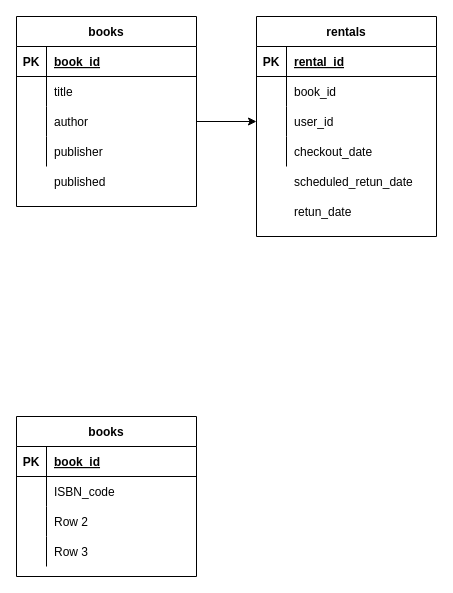
Earlier version of the draw.io diagram book.dio (naka848/books). Source tidied: cells renumbered, new cells numbered last; positions are measured from the earlier drawing's top-left corner, leaving out a move shared by most shapes. Both pictures are drawn from the tidied source at 100%, with x=0, y=0 at pixel (16, 16).
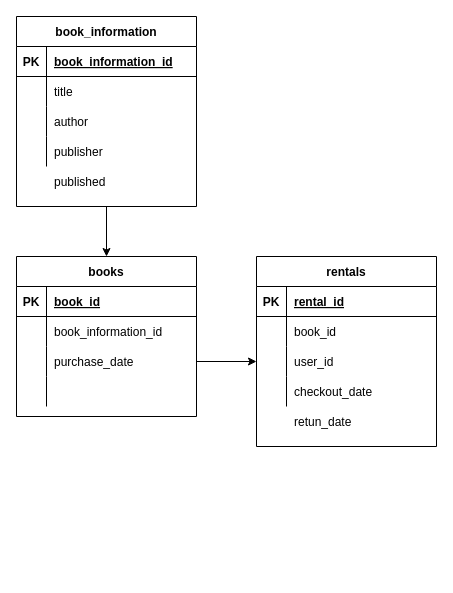
Above is the later version.

The change refers to these unchanged cells:
```xml
<mxCell id="3" style="shape=partialRectangle;fillColor=none;top=0;left=0;bottom=1;right=0;" parent="2" vertex="1">
  <mxGeometry y="30" width="180" height="30" as="geometry" />
</mxCell>
<mxCell id="9" style="shape=partialRectangle;fillColor=none;top=0;left=0;bottom=0;right=0;points=[[0,0.5],[1,0.5]];portConstraint=eastwest;" parent="2" vertex="1">
  <mxGeometry y="90" width="180" height="30" as="geometry" />
</mxCell>
<mxCell id="20" style="shape=partialRectangle;fillColor=none;top=0;left=0;bottom=0;right=0;" parent="16" vertex="1">
  <mxGeometry y="60" width="180" height="30" as="geometry" />
</mxCell>
<mxCell id="23" style="shape=partialRectangle;fillColor=none;top=0;left=0;bottom=0;right=0;points=[[0,0.5],[1,0.5]];portConstraint=eastwest;" parent="16" vertex="1">
  <mxGeometry y="90" width="180" height="30" as="geometry" />
</mxCell>
<mxCell id="26" style="shape=partialRectangle;fillColor=none;top=0;left=0;bottom=0;right=0;" parent="16" vertex="1">
  <mxGeometry y="120" width="180" height="30" as="geometry" />
</mxCell>
<mxCell id="38" style="shape=partialRectangle;fillColor=none;top=0;left=0;bottom=0;right=0;points=[[0,0.5],[1,0.5]];portConstraint=eastwest;" parent="31" vertex="1">
  <mxGeometry y="90" width="180" height="30" as="geometry" />
</mxCell>
```

Change to the diagram source:
```diff
@@
+    <mxCell id="45" style="edgeStyle=none;html=1;exitX=0.5;exitY=1;exitDx=0;exitDy=0;entryX=0.5;entryY=0;entryDx=0;entryDy=0;" parent="1" edge="1" source="2" target="16">
+      <mxGeometry relative="1" as="geometry" />
+    </mxCell>
-    <mxCell id="2" value="books" style="shape=table;startSize=30;childLayout=tableLayout;rowLines=0;fontStyle=1;align=center;" parent="1" vertex="1">
+    <mxCell id="2" value="book_information" style="shape=table;startSize=30;childLayout=tableLayout;rowLines=0;fontStyle=1;align=center;" parent="1" vertex="1">
       <mxGeometry width="180" height="190" as="geometry" />
     </mxCell>
@@
-    <mxCell id="5" value="book_id" style="shape=partialRectangle;fillColor=none;top=0;left=0;bottom=0;right=0;align=left;spacingLeft=6;fontStyle=5;overflow=hidden;" parent="3" vertex="1">
+    <mxCell id="5" value="book_information_id" style="shape=partialRectangle;fillColor=none;top=0;left=0;bottom=0;right=0;align=left;spacingLeft=6;fontStyle=5;overflow=hidden;" parent="3" vertex="1">
       <mxGeometry x="30" width="150" height="30" as="geometry" />
     </mxCell>
@@
     <mxCell id="16" value="books" style="shape=table;startSize=30;childLayout=tableLayout;rowLines=0;fontStyle=1;align=center;" parent="1" vertex="1">
-      <mxGeometry y="400" width="180" height="160" as="geometry" />
+      <mxGeometry y="240" width="180" height="160" as="geometry" />
     </mxCell>
@@
-    <mxCell id="22" value="ISBN_code" style="shape=partialRectangle;fillColor=none;top=0;left=0;bottom=0;right=0;align=left;spacingLeft=6;overflow=hidden;" parent="20" vertex="1">
+    <mxCell id="22" value="book_information_id" style="shape=partialRectangle;fillColor=none;top=0;left=0;bottom=0;right=0;align=left;spacingLeft=6;overflow=hidden;" parent="20" vertex="1">
       <mxGeometry x="30" width="150" height="30" as="geometry" />
     </mxCell>
@@
-    <mxCell id="25" value="Row 2" style="shape=partialRectangle;fillColor=none;top=0;left=0;bottom=0;right=0;align=left;spacingLeft=6;overflow=hidden;" parent="23" vertex="1">
+    <mxCell id="25" value="purchase_date" style="shape=partialRectangle;fillColor=none;top=0;left=0;bottom=0;right=0;align=left;spacingLeft=6;overflow=hidden;" parent="23" vertex="1">
       <mxGeometry x="30" width="150" height="30" as="geometry" />
     </mxCell>
@@
-    <mxCell id="28" value="Row 3" style="shape=partialRectangle;fillColor=none;top=0;left=0;bottom=0;right=0;align=left;spacingLeft=6;overflow=hidden;" parent="26" vertex="1">
+    <mxCell id="28" style="shape=partialRectangle;fillColor=none;top=0;left=0;bottom=0;right=0;align=left;spacingLeft=6;overflow=hidden;" parent="26" vertex="1">
       <mxGeometry x="30" width="150" height="30" as="geometry" />
     </mxCell>
-    <mxCell id="29" value="scheduled_retun_date" style="shape=partialRectangle;fillColor=none;top=0;left=0;bottom=0;right=0;align=left;spacingLeft=6;overflow=hidden;" parent="1" vertex="1">
-      <mxGeometry x="270" y="150" width="150" height="30" as="geometry" />
-    </mxCell>
     <mxCell id="30" value="retun_date" style="shape=partialRectangle;fillColor=none;top=0;left=0;bottom=0;right=0;align=left;spacingLeft=6;overflow=hidden;" parent="1" vertex="1">
-      <mxGeometry x="270" y="180" width="150" height="30" as="geometry" />
+      <mxGeometry x="270" y="390" width="150" height="30" as="geometry" />
     </mxCell>
     <mxCell id="31" value="rentals" style="shape=table;startSize=30;childLayout=tableLayout;rowLines=0;fontStyle=1;align=center;" parent="1" vertex="1">
-      <mxGeometry x="240" width="180" height="220" as="geometry" />
+      <mxGeometry x="240" y="240" width="180" height="190" as="geometry" />
     </mxCell>
@@
-    <mxCell id="44" style="edgeStyle=none;html=1;exitX=1;exitY=0.5;exitDx=0;exitDy=0;entryX=0;entryY=0.5;entryDx=0;entryDy=0;" parent="1" edge="1" source="9" target="38">
-      <mxGeometry relative="1" as="geometry" />
-    </mxCell>
+    <mxCell id="46" style="edgeStyle=none;html=1;exitX=1;exitY=0.5;exitDx=0;exitDy=0;entryX=0;entryY=0.5;entryDx=0;entryDy=0;" parent="1" edge="1" source="23" target="38">
+      <mxGeometry relative="1" as="geometry" />
+    </mxCell>
```
